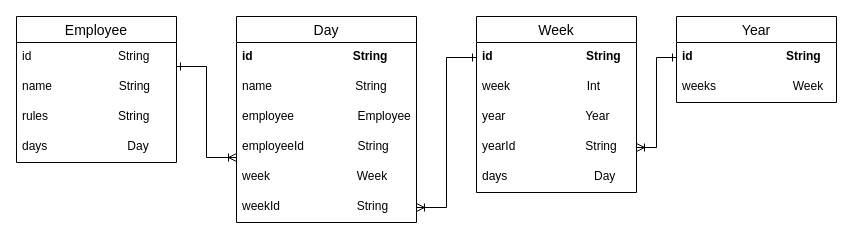
The draw.io diagram oppgave_3/documentation/datamodel.drawio in omrosand/webapp-eksamen, before the edit. Source tidied: cells renumbered, new cells numbered last; positions are measured from the earlier drawing's top-left corner, leaving out a move shared by most shapes. Both pictures are drawn from the tidied source at 100%, with x=0, y=0 at pixel (16, 16).
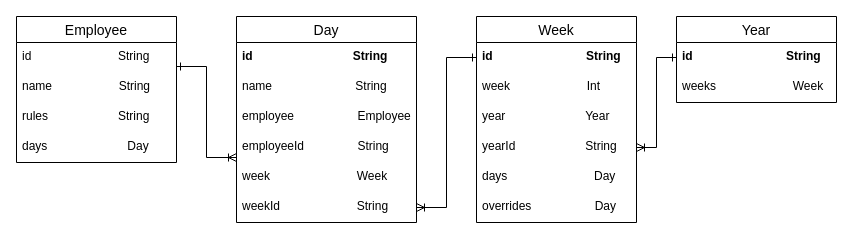
The same page after the edit.

Commit message (it also covers changes not shown here):
oppdatert datamodel + wiki

What changed in the source:
```diff
@@
     <mxCell id="5" value="Week" style="swimlane;fontStyle=0;horizontal=1;startSize=26;align=center;fontSize=14;" parent="1" vertex="1">
-      <mxGeometry x="460" width="160" height="176" as="geometry" />
+      <mxGeometry x="460" width="160" height="206" as="geometry" />
     </mxCell>
@@
+    <mxCell id="26" value="overrides                   Day" style="text;strokeColor=none;fillColor=none;spacingLeft=4;spacingRight=4;overflow=hidden;fontSize=12;" parent="5" vertex="1">
+      <mxGeometry y="176" width="160" height="30" as="geometry" />
+    </mxCell>
```
